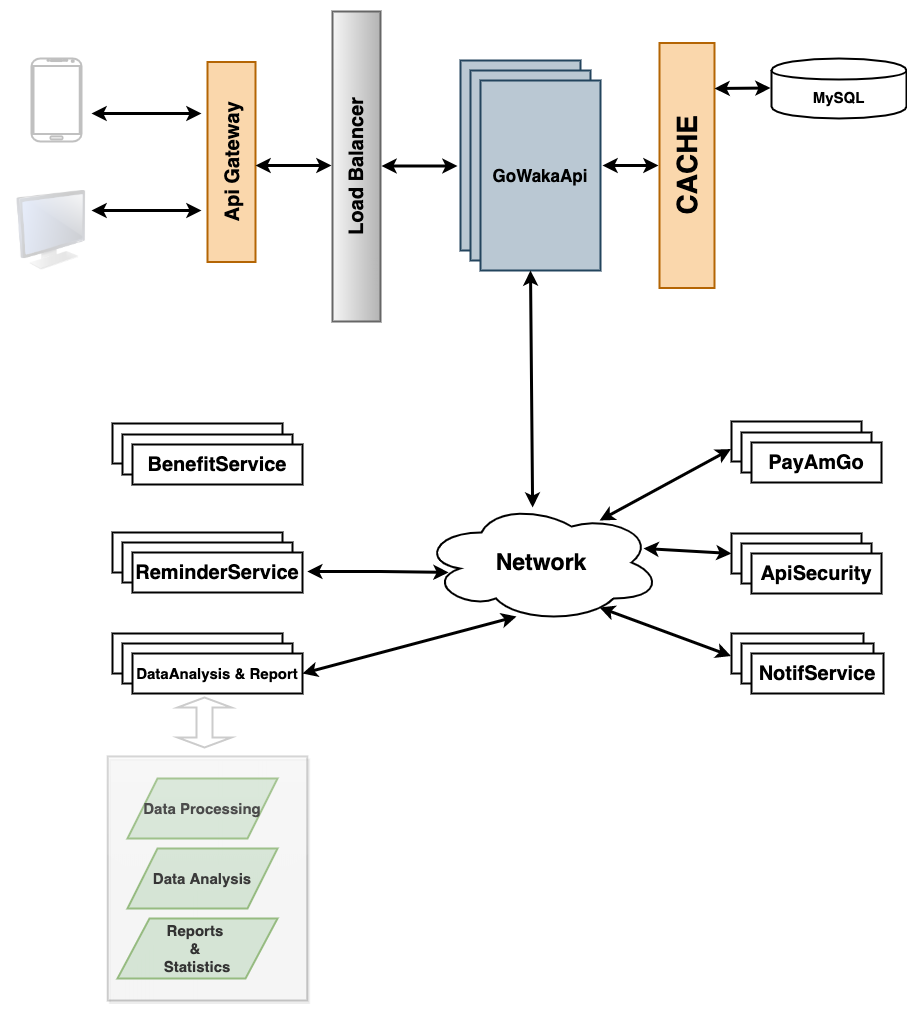
bimeri/bus-ticketing keeps this draw.io diagram as docs/gowaka-high-level.png. Above is the earlier version. Source tidied: cells renumbered, new cells last; positions are measured from the earlier drawing's top-left corner, leaving out a move shared by most shapes. Source of this version:
```xml
<mxGraphModel>
  <root>
    <mxCell id="0" />
    <mxCell id="1" parent="0" />
    <mxCell id="2" value="&lt;b&gt;&lt;font style=&quot;font-size: 20px&quot;&gt;Load Balancer&lt;/font&gt;&lt;/b&gt;" style="rounded=0;whiteSpace=wrap;html=1;strokeWidth=2;fillColor=#f5f5f5;strokeColor=#666666;rotation=-90;gradientColor=#b3b3b3;" parent="1" vertex="1">
      <mxGeometry x="190" y="84" width="310" height="48" as="geometry" />
    </mxCell>
    <mxCell id="3" style="verticalLabelPosition=bottom;verticalAlign=top;html=1;shadow=0;dashed=0;strokeWidth=2;shape=mxgraph.android.phone2;strokeColor=#c0c0c0;" parent="1" vertex="1">
      <mxGeometry x="20" width="50" height="83" as="geometry" />
    </mxCell>
    <mxCell id="4" style="rounded=0;whiteSpace=wrap;html=1;strokeWidth=2;fillColor=#bac8d3;strokeColor=#23445d;" parent="1" vertex="1">
      <mxGeometry x="449" y="2" width="120" height="190" as="geometry" />
    </mxCell>
    <mxCell id="5" style="rounded=0;whiteSpace=wrap;html=1;strokeWidth=2;fillColor=#bac8d3;strokeColor=#23445d;" parent="1" vertex="1">
      <mxGeometry x="459" y="12" width="120" height="190" as="geometry" />
    </mxCell>
    <mxCell id="6" value="&lt;b&gt;&lt;font style=&quot;font-size: 17px&quot;&gt;GoWakaApi&lt;/font&gt;&lt;/b&gt;" style="rounded=0;whiteSpace=wrap;html=1;strokeWidth=2;fillColor=#bac8d3;strokeColor=#23445d;" parent="1" vertex="1">
      <mxGeometry x="469" y="22" width="120" height="190" as="geometry" />
    </mxCell>
    <mxCell id="7" value="&lt;b&gt;&lt;font style=&quot;font-size: 28px&quot;&gt;CACHE&lt;/font&gt;&lt;/b&gt;" style="rounded=0;whiteSpace=wrap;html=1;rotation=-90;strokeWidth=2;fillColor=#fad7ac;strokeColor=#b46504;" parent="1" vertex="1">
      <mxGeometry x="553" y="79.5" width="245" height="55" as="geometry" />
    </mxCell>
    <mxCell id="8" value="&lt;b&gt;&lt;font style=&quot;font-size: 15px&quot;&gt;MySQL&lt;/font&gt;&lt;/b&gt;" style="shape=cylinder;whiteSpace=wrap;html=1;boundedLbl=1;backgroundOutline=1;strokeWidth=2;" parent="1" vertex="1">
      <mxGeometry x="760" width="135" height="60" as="geometry" />
    </mxCell>
    <mxCell id="9" value="&lt;b&gt;&lt;font style=&quot;font-size: 20px&quot;&gt;PayAmGo&lt;/font&gt;&lt;/b&gt;" style="rounded=0;whiteSpace=wrap;html=1;strokeWidth=2;" parent="1" vertex="1">
      <mxGeometry x="720" y="363" width="130" height="40" as="geometry" />
    </mxCell>
    <mxCell id="10" value="&lt;b&gt;&lt;font style=&quot;font-size: 20px&quot;&gt;PayAmGo&lt;/font&gt;&lt;/b&gt;" style="rounded=0;whiteSpace=wrap;html=1;strokeWidth=2;" parent="1" vertex="1">
      <mxGeometry x="730" y="374" width="130" height="40" as="geometry" />
    </mxCell>
    <mxCell id="11" value="&lt;b&gt;&lt;font style=&quot;font-size: 20px&quot;&gt;PayAmGo&lt;/font&gt;&lt;/b&gt;" style="rounded=0;whiteSpace=wrap;html=1;strokeWidth=2;" parent="1" vertex="1">
      <mxGeometry x="740" y="384" width="130" height="40" as="geometry" />
    </mxCell>
    <mxCell id="12" style="rounded=0;whiteSpace=wrap;html=1;strokeWidth=2;" parent="1" vertex="1">
      <mxGeometry x="720" y="475" width="130" height="40" as="geometry" />
    </mxCell>
    <mxCell id="13" style="rounded=0;whiteSpace=wrap;html=1;strokeWidth=2;" parent="1" vertex="1">
      <mxGeometry x="730" y="485" width="130" height="40" as="geometry" />
    </mxCell>
    <mxCell id="14" value="&lt;b&gt;&lt;font style=&quot;font-size: 20px&quot;&gt;ApiSecurity&lt;/font&gt;&lt;/b&gt;" style="rounded=0;whiteSpace=wrap;html=1;strokeWidth=2;" parent="1" vertex="1">
      <mxGeometry x="740" y="495" width="130" height="40" as="geometry" />
    </mxCell>
    <mxCell id="15" style="rounded=0;whiteSpace=wrap;html=1;strokeWidth=2;" parent="1" vertex="1">
      <mxGeometry x="720" y="575" width="132" height="40" as="geometry" />
    </mxCell>
    <mxCell id="16" style="rounded=0;whiteSpace=wrap;html=1;strokeWidth=2;" parent="1" vertex="1">
      <mxGeometry x="730" y="585" width="132" height="40" as="geometry" />
    </mxCell>
    <mxCell id="17" value="&lt;font style=&quot;font-size: 20px&quot;&gt;&lt;b&gt;NotifService&lt;/b&gt;&lt;/font&gt;" style="rounded=0;whiteSpace=wrap;html=1;strokeWidth=2;" parent="1" vertex="1">
      <mxGeometry x="740" y="595" width="132" height="40" as="geometry" />
    </mxCell>
    <mxCell id="18" style="rounded=0;whiteSpace=wrap;html=1;strokeWidth=2;" parent="1" vertex="1">
      <mxGeometry x="101" y="365" width="170" height="40" as="geometry" />
    </mxCell>
    <mxCell id="19" style="rounded=0;whiteSpace=wrap;html=1;strokeWidth=2;" parent="1" vertex="1">
      <mxGeometry x="111" y="376" width="170" height="40" as="geometry" />
    </mxCell>
    <mxCell id="20" value="&lt;span style=&quot;font-size: 20px&quot;&gt;&lt;b&gt;BenefitService&lt;/b&gt;&lt;/span&gt;" style="rounded=0;whiteSpace=wrap;html=1;strokeWidth=2;" parent="1" vertex="1">
      <mxGeometry x="121" y="386" width="170" height="40" as="geometry" />
    </mxCell>
    <mxCell id="21" style="rounded=0;whiteSpace=wrap;html=1;strokeWidth=2;" parent="1" vertex="1">
      <mxGeometry x="101" y="474" width="170" height="40" as="geometry" />
    </mxCell>
    <mxCell id="22" style="rounded=0;whiteSpace=wrap;html=1;strokeWidth=2;" parent="1" vertex="1">
      <mxGeometry x="111" y="484" width="170" height="40" as="geometry" />
    </mxCell>
    <mxCell id="23" value="&lt;span style=&quot;font-size: 20px&quot;&gt;&lt;b&gt;ReminderService&lt;/b&gt;&lt;/span&gt;" style="rounded=0;whiteSpace=wrap;html=1;strokeWidth=2;" parent="1" vertex="1">
      <mxGeometry x="121" y="494" width="170" height="40" as="geometry" />
    </mxCell>
    <mxCell id="24" style="rounded=0;whiteSpace=wrap;html=1;strokeWidth=2;" parent="1" vertex="1">
      <mxGeometry x="101" y="575" width="170" height="40" as="geometry" />
    </mxCell>
    <mxCell id="25" style="rounded=0;whiteSpace=wrap;html=1;strokeWidth=2;" parent="1" vertex="1">
      <mxGeometry x="111" y="585" width="170" height="40" as="geometry" />
    </mxCell>
    <mxCell id="26" value="&lt;font style=&quot;font-size: 15px&quot;&gt;&lt;b&gt;DataAnalysis &amp;amp; Report&lt;/b&gt;&lt;/font&gt;" style="rounded=0;whiteSpace=wrap;html=1;strokeWidth=2;" parent="1" vertex="1">
      <mxGeometry x="121" y="595" width="170" height="40" as="geometry" />
    </mxCell>
    <mxCell id="27" value="&lt;b&gt;&lt;font style=&quot;font-size: 23px&quot;&gt;Network&lt;/font&gt;&lt;/b&gt;" style="ellipse;shape=cloud;whiteSpace=wrap;html=1;strokeWidth=2;" parent="1" vertex="1">
      <mxGeometry x="410" y="444" width="240" height="120" as="geometry" />
    </mxCell>
    <mxCell id="28" value="&lt;font style=&quot;font-size: 15px&quot;&gt;&lt;b&gt;Data Analysis&lt;/b&gt;&lt;/font&gt;" style="shape=parallelogram;perimeter=parallelogramPerimeter;whiteSpace=wrap;html=1;strokeWidth=2;fillColor=#d5e8d4;strokeColor=#82b366;" parent="1" vertex="1">
      <mxGeometry x="116" y="790" width="150" height="60" as="geometry" />
    </mxCell>
    <mxCell id="29" value="&lt;b&gt;&lt;font style=&quot;font-size: 15px&quot;&gt;Data Processing&lt;/font&gt;&lt;/b&gt;" style="shape=parallelogram;perimeter=parallelogramPerimeter;whiteSpace=wrap;html=1;strokeWidth=2;fillColor=#d5e8d4;strokeColor=#82b366;" parent="1" vertex="1">
      <mxGeometry x="116" y="720" width="150" height="60" as="geometry" />
    </mxCell>
    <mxCell id="30" value="&lt;b style=&quot;font-size: 15px&quot;&gt;Reports &lt;br&gt;&amp;amp; &lt;br&gt;Statistics&lt;/b&gt;" style="shape=parallelogram;perimeter=parallelogramPerimeter;whiteSpace=wrap;html=1;strokeWidth=2;fillColor=#d5e8d4;strokeColor=#82b366;" parent="1" vertex="1">
      <mxGeometry x="106" y="860" width="160" height="60" as="geometry" />
    </mxCell>
    <mxCell id="31" style="rounded=0;whiteSpace=wrap;html=1;shadow=1;comic=0;glass=1;strokeWidth=2;gradientColor=#ffffff;gradientDirection=north;opacity=20;" parent="1" vertex="1">
      <mxGeometry x="96.2" y="698" width="199.5" height="244" as="geometry" />
    </mxCell>
    <mxCell id="32" value="&lt;b&gt;&lt;font style=&quot;font-size: 20px&quot;&gt;Api Gateway&lt;/font&gt;&lt;/b&gt;" style="rounded=0;whiteSpace=wrap;html=1;strokeWidth=2;fillColor=#fad7ac;strokeColor=#b46504;rotation=-90;" parent="1" vertex="1">
      <mxGeometry x="120" y="79.5" width="200" height="48" as="geometry" />
    </mxCell>
    <mxCell id="33" style="image;html=1;labelBackgroundColor=#ffffff;image=img/lib/clip_art/computers/Monitor_128x128.png;rounded=0;shadow=0;glass=1;comic=0;strokeWidth=2;gradientColor=#ffffff;opacity=20;" parent="1" vertex="1">
      <mxGeometry y="132" width="80" height="80" as="geometry" />
    </mxCell>
    <mxCell id="34" style="endArrow=classic;startArrow=classic;html=1;exitX=0.463;exitY=0.067;exitDx=0;exitDy=0;exitPerimeter=0;fontStyle=0;strokeWidth=3;" parent="1" edge="1">
      <mxGeometry relative="1" as="geometry">
        <mxPoint x="521.1" y="449" as="sourcePoint" />
        <mxPoint x="519" y="212" as="targetPoint" />
      </mxGeometry>
    </mxCell>
    <mxCell id="35" style="endArrow=classic;startArrow=classic;html=1;strokeWidth=3;" parent="1" edge="1">
      <mxGeometry relative="1" as="geometry">
        <mxPoint x="703" y="30" as="sourcePoint" />
        <mxPoint x="759" y="29.5" as="targetPoint" />
      </mxGeometry>
    </mxCell>
    <mxCell id="36" style="endArrow=classic;startArrow=classic;html=1;strokeWidth=3;" parent="1" edge="1">
      <mxGeometry relative="1" as="geometry">
        <mxPoint x="591" y="107" as="sourcePoint" />
        <mxPoint x="647" y="107" as="targetPoint" />
        <Array as="points">
          <mxPoint x="618" y="107" />
        </Array>
      </mxGeometry>
    </mxCell>
    <mxCell id="37" style="endArrow=classic;startArrow=classic;html=1;strokeWidth=3;" parent="1" edge="1">
      <mxGeometry relative="1" as="geometry">
        <mxPoint x="244" y="107" as="sourcePoint" />
        <mxPoint x="320" y="107" as="targetPoint" />
        <Array as="points">
          <mxPoint x="307" y="107" />
        </Array>
      </mxGeometry>
    </mxCell>
    <mxCell id="38" style="endArrow=classic;startArrow=classic;html=1;strokeWidth=3;" parent="1" edge="1">
      <mxGeometry relative="1" as="geometry">
        <mxPoint x="370" y="107.5" as="sourcePoint" />
        <mxPoint x="446" y="107.5" as="targetPoint" />
        <Array as="points">
          <mxPoint x="433" y="107.5" />
        </Array>
      </mxGeometry>
    </mxCell>
    <mxCell id="39" style="endArrow=classic;startArrow=classic;html=1;strokeWidth=3;entryX=0.113;entryY=0.583;entryDx=0;entryDy=0;entryPerimeter=0;" parent="1" edge="1" target="27">
      <mxGeometry relative="1" as="geometry">
        <mxPoint x="295.8" y="513" as="sourcePoint" />
        <Array as="points">
          <mxPoint x="358.8" y="513" />
        </Array>
      </mxGeometry>
    </mxCell>
    <mxCell id="40" style="endArrow=classic;startArrow=classic;html=1;strokeWidth=3;exitX=0.925;exitY=0.383;exitDx=0;exitDy=0;exitPerimeter=0;entryX=0;entryY=0.5;entryDx=0;entryDy=0;" parent="1" edge="1" source="27" target="12">
      <mxGeometry relative="1" as="geometry" />
    </mxCell>
    <mxCell id="41" style="endArrow=classic;startArrow=classic;html=1;strokeWidth=3;exitX=0.742;exitY=0.15;exitDx=0;exitDy=0;exitPerimeter=0;" parent="1" edge="1" source="27">
      <mxGeometry relative="1" as="geometry">
        <mxPoint x="719.5" y="390.5" as="targetPoint" />
      </mxGeometry>
    </mxCell>
    <mxCell id="42" style="endArrow=classic;startArrow=classic;html=1;strokeWidth=3;exitX=0.742;exitY=0.875;exitDx=0;exitDy=0;exitPerimeter=0;entryX=0;entryY=0.5;entryDx=0;entryDy=0;" parent="1" edge="1" source="27">
      <mxGeometry relative="1" as="geometry">
        <mxPoint x="719.5" y="597.5" as="targetPoint" />
      </mxGeometry>
    </mxCell>
    <mxCell id="43" style="endArrow=classic;startArrow=classic;html=1;strokeWidth=3;exitX=0.925;exitY=0.383;exitDx=0;exitDy=0;exitPerimeter=0;entryX=0.396;entryY=0.95;entryDx=0;entryDy=0;entryPerimeter=0;" parent="1" edge="1" target="27">
      <mxGeometry relative="1" as="geometry">
        <mxPoint x="291" y="615" as="sourcePoint" />
      </mxGeometry>
    </mxCell>
    <mxCell id="44" style="shape=doubleArrow;direction=south;whiteSpace=wrap;html=1;rounded=0;shadow=0;glass=1;comic=0;strokeWidth=2;gradientColor=#ffffff;opacity=20;" parent="1" vertex="1">
      <mxGeometry x="166" y="639" width="54" height="50" as="geometry" />
    </mxCell>
    <mxCell id="45" style="endArrow=classic;startArrow=classic;html=1;strokeWidth=3;" parent="1" edge="1">
      <mxGeometry relative="1" as="geometry">
        <mxPoint x="80" y="55" as="sourcePoint" />
        <mxPoint x="190" y="55" as="targetPoint" />
      </mxGeometry>
    </mxCell>
    <mxCell id="46" style="endArrow=classic;startArrow=classic;html=1;strokeWidth=3;exitX=1;exitY=0.25;exitDx=0;exitDy=0;" parent="1" edge="1" source="33">
      <mxGeometry relative="1" as="geometry">
        <mxPoint x="190" y="152" as="targetPoint" />
      </mxGeometry>
    </mxCell>
  </root>
</mxGraphModel>
```
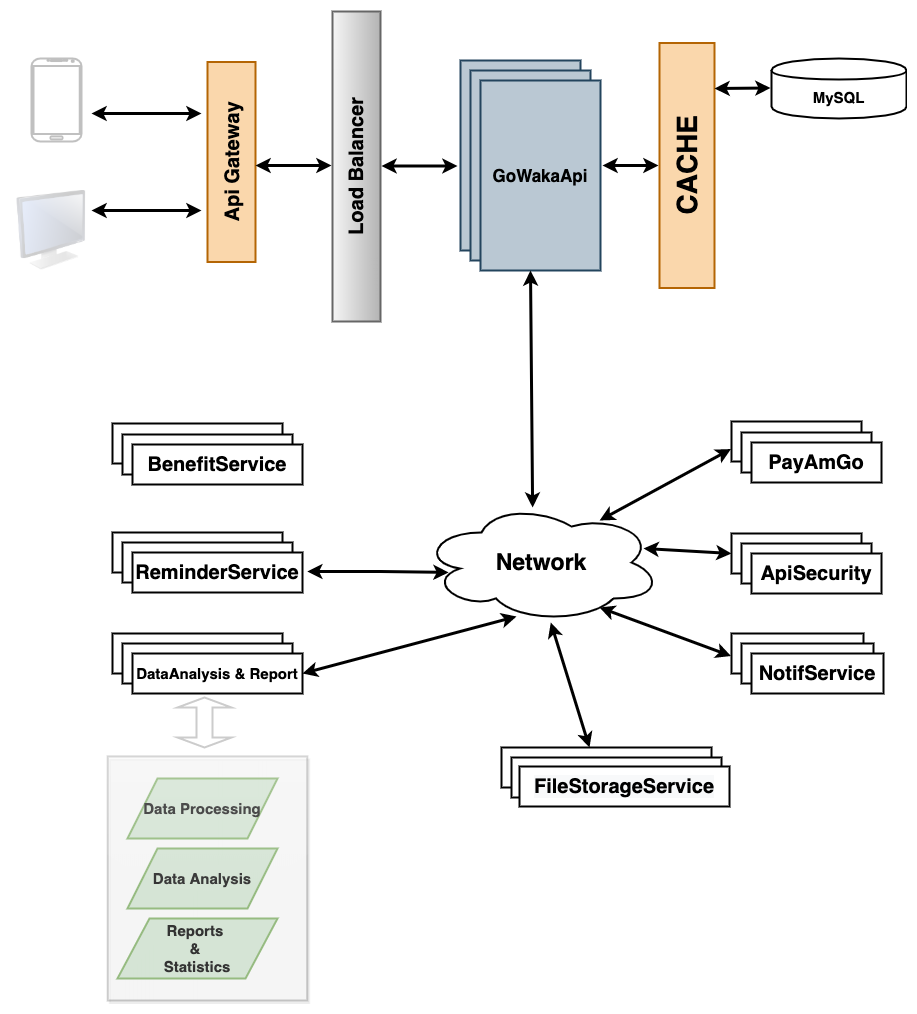
Above is the later version.

Commit message:
Update high level overview with FileStorage Service

The edit, as a diff of the source:
```diff
@@ -177,5 +177,19 @@
         <mxPoint x="190" y="152" as="targetPoint" />
       </mxGeometry>
     </mxCell>
+    <mxCell id="47" style="rounded=0;whiteSpace=wrap;html=1;strokeWidth=2;" parent="1" vertex="1">
+      <mxGeometry x="490" y="689" width="210" height="40" as="geometry" />
+    </mxCell>
+    <mxCell id="48" style="rounded=0;whiteSpace=wrap;html=1;strokeWidth=2;" parent="1" vertex="1">
+      <mxGeometry x="500" y="699" width="210" height="40" as="geometry" />
+    </mxCell>
+    <mxCell id="49" value="&lt;b style=&quot;color: rgb(0 , 0 , 0) ; font-family: &amp;#34;helvetica&amp;#34; ; font-size: 20px ; font-style: normal ; letter-spacing: normal ; text-align: center ; text-indent: 0px ; text-transform: none ; word-spacing: 0px ; background-color: rgb(248 , 249 , 250)&quot;&gt;FileStorageService&lt;/b&gt;" style="rounded=0;whiteSpace=wrap;html=1;strokeWidth=2;" parent="1" vertex="1">
+      <mxGeometry x="508" y="708" width="210" height="40" as="geometry" />
+    </mxCell>
+    <mxCell id="50" style="endArrow=classic;startArrow=classic;html=1;strokeWidth=3;exitX=0.742;exitY=0.875;exitDx=0;exitDy=0;exitPerimeter=0;entryX=0.419;entryY=0;entryDx=0;entryDy=0;entryPerimeter=0;" parent="1" edge="1" target="47">
+      <mxGeometry relative="1" as="geometry">
+        <mxPoint x="539.3" y="564" as="sourcePoint" />
+      </mxGeometry>
+    </mxCell>
   </root>
 </mxGraphModel>
```
